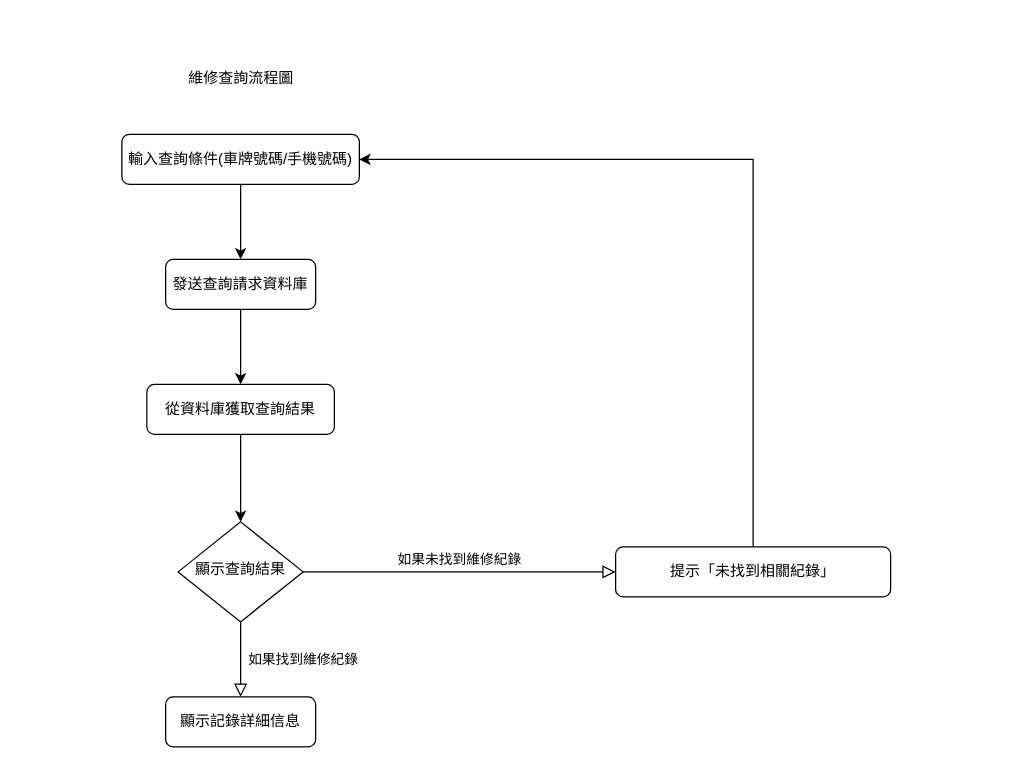
The draw.io diagram 系統流程圖(維修查詢流程圖).drawio in hak99101314/Maintenance-inquiry-system, before the edit. Source tidied: cells renumbered, new cells numbered last; positions are measured from the earlier drawing's top-left corner, leaving out a move shared by most shapes. Both pictures are drawn from the tidied source at 125%, with x=0, y=0 at pixel (121, 59).
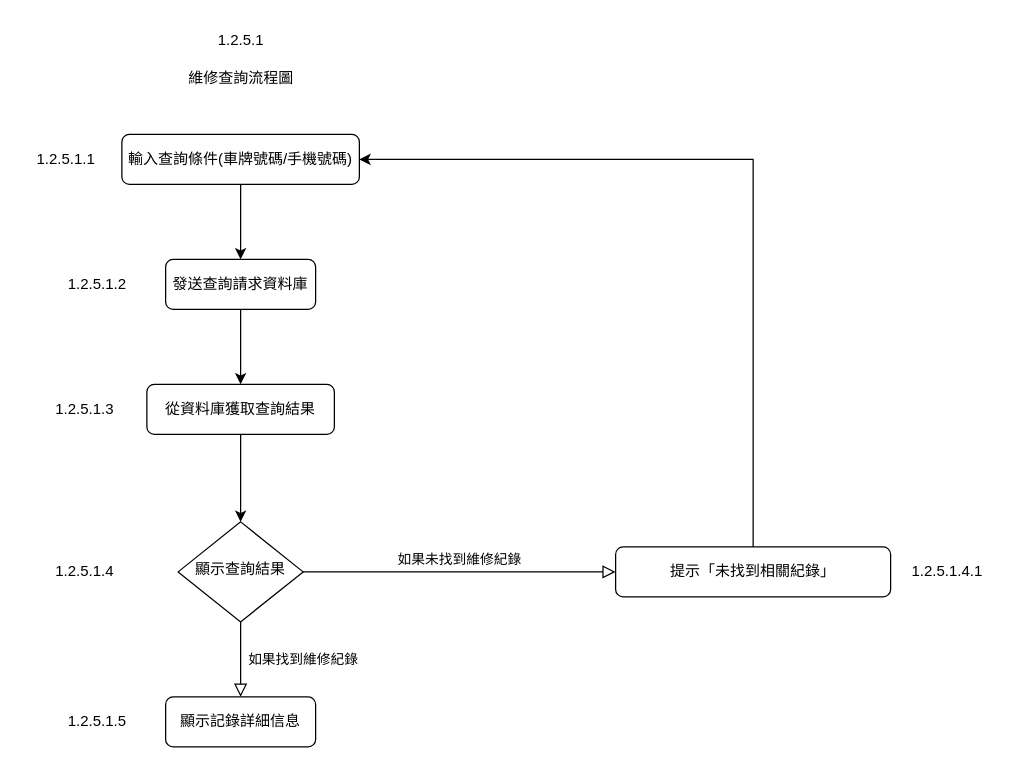
The same diagram, later.

Commit message:
更新系統流程圖(維修查詢流程圖).drawio

The edit, as a diff of the source:
```diff
@@
+    <mxCell id="15" value="1.2.5.1" style="text;html=1;align=center;verticalAlign=middle;strokeColor=none;fillColor=none;" parent="1" vertex="1">
+      <mxGeometry x="65" y="-30" width="60" height="30" as="geometry" />
+    </mxCell>
+    <mxCell id="16" value="1.2.5.1.1" style="text;html=1;align=center;verticalAlign=middle;strokeColor=none;fillColor=none;" parent="1" vertex="1">
+      <mxGeometry x="-80" y="65" width="70" height="30" as="geometry" />
+    </mxCell>
+    <mxCell id="17" value="1.2.5.1.2" style="text;html=1;align=center;verticalAlign=middle;strokeColor=none;fillColor=none;" parent="1" vertex="1">
+      <mxGeometry x="-55" y="165" width="70" height="30" as="geometry" />
+    </mxCell>
+    <mxCell id="18" value="1.2.5.1.3" style="text;html=1;align=center;verticalAlign=middle;strokeColor=none;fillColor=none;" parent="1" vertex="1">
+      <mxGeometry x="-65" y="265" width="70" height="30" as="geometry" />
+    </mxCell>
+    <mxCell id="19" value="1.2.5.1.4" style="text;html=1;align=center;verticalAlign=middle;strokeColor=none;fillColor=none;" parent="1" vertex="1">
+      <mxGeometry x="-65" y="395" width="70" height="30" as="geometry" />
+    </mxCell>
+    <mxCell id="20" value="1.2.5.1.4.1" style="text;html=1;align=center;verticalAlign=middle;strokeColor=none;fillColor=none;" parent="1" vertex="1">
+      <mxGeometry x="620" y="395" width="80" height="30" as="geometry" />
+    </mxCell>
+    <mxCell id="21" value="1.2.5.1.5" style="text;html=1;align=center;verticalAlign=middle;strokeColor=none;fillColor=none;" parent="1" vertex="1">
+      <mxGeometry x="-55" y="515" width="70" height="30" as="geometry" />
+    </mxCell>
```
